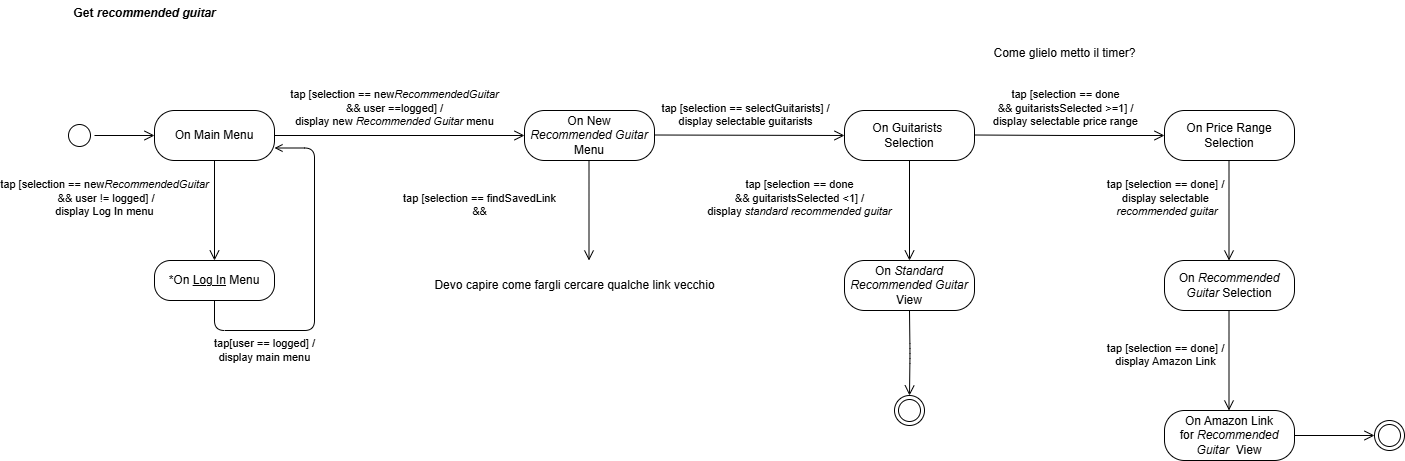
Before: diagrams/StateDiagramM.drawio.png, a diagram exported from draw.io (TizianoLilli/ISPW-Project). Source tidied: cells renumbered, new cells last; positions are measured from the earlier drawing's top-left corner, leaving out a move shared by most shapes.
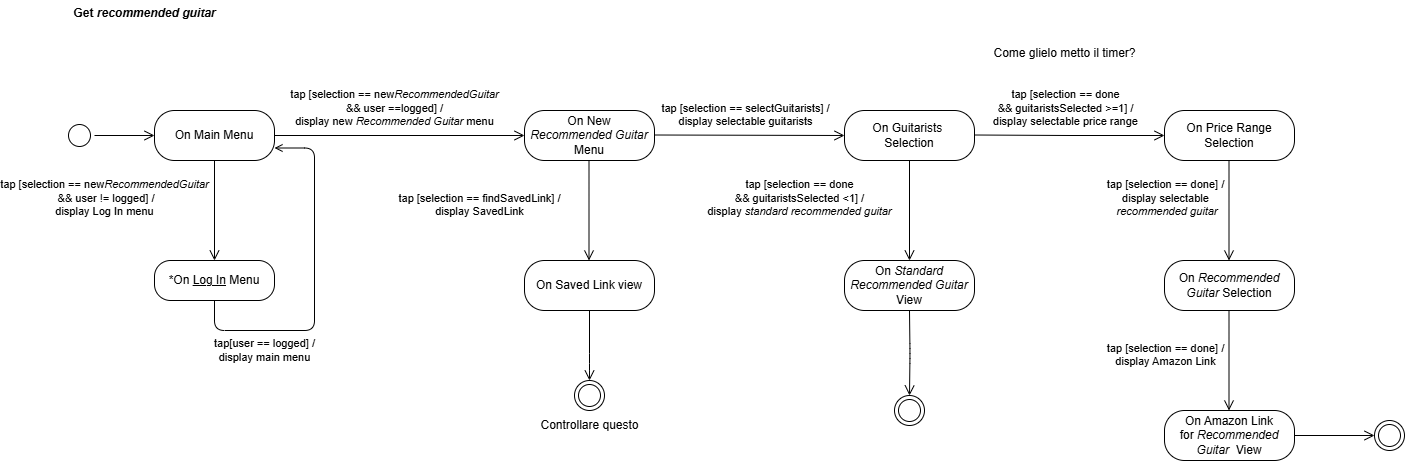
The same diagram one commit later.

Diff of the diagram source:
```diff
@@ -33,7 +33,7 @@
     <mxCell id="9" value="tap [selection == new&lt;i&gt;RecommendedGuitar&lt;/i&gt;&lt;div&gt;&amp;amp;&amp;amp; user ==logged] /&lt;/div&gt;&lt;div&gt;display new &lt;i&gt;Recommended Guitar &lt;/i&gt;menu&lt;/div&gt;" style="edgeStyle=orthogonalEdgeStyle;html=1;verticalAlign=bottom;endArrow=open;endSize=8;rounded=1;labelBackgroundColor=none;fontColor=default;entryX=0;entryY=0.5;entryDx=0;entryDy=0;curved=0;exitX=1;exitY=0.5;exitDx=0;exitDy=0;" parent="1" edge="1" source="4" target="8">
       <mxGeometry x="-0.04" y="5" relative="1" as="geometry" />
     </mxCell>
-    <mxCell id="10" value="tap [selection == findSavedLink&lt;div&gt;&amp;amp;&amp;amp;&lt;/div&gt;" style="edgeStyle=orthogonalEdgeStyle;html=1;verticalAlign=bottom;endArrow=open;endSize=8;rounded=1;labelBackgroundColor=none;fontColor=default;entryX=0.5;entryY=0;entryDx=0;entryDy=0;curved=0;" parent="1" edge="1">
+    <mxCell id="10" value="tap [selection == findSavedLink] /&lt;div&gt;display SavedLink&lt;/div&gt;" style="edgeStyle=orthogonalEdgeStyle;html=1;verticalAlign=bottom;endArrow=open;endSize=8;rounded=1;labelBackgroundColor=none;fontColor=default;entryX=0.5;entryY=0;entryDx=0;entryDy=0;curved=0;" parent="1" edge="1">
       <mxGeometry x="0.2" y="-110" relative="1" as="geometry">
         <mxPoint x="524.5" y="160" as="sourcePoint" />
         <mxPoint x="524.5" y="260" as="targetPoint" />
@@ -97,8 +97,8 @@
     <mxCell id="24" style="ellipse;html=1;shape=endState;labelBackgroundColor=none;" parent="1" vertex="1">
       <mxGeometry x="830" y="395" width="30" height="30" as="geometry" />
     </mxCell>
-    <mxCell id="25" value="Devo capire come fargli cercare qualche link vecchio" style="text;html=1;align=center;verticalAlign=middle;strokeColor=none;fillColor=none;" parent="1" vertex="1">
-      <mxGeometry x="360" y="270" width="300" height="30" as="geometry" />
+    <mxCell id="25" value="Controllare questo" style="text;html=1;align=center;verticalAlign=middle;strokeColor=none;fillColor=none;" parent="1" vertex="1">
+      <mxGeometry x="465" y="410" width="120" height="30" as="geometry" />
     </mxCell>
     <mxCell id="26" value="Come glielo metto il timer?" style="text;html=1;align=center;verticalAlign=middle;strokeColor=none;fillColor=none;" parent="1" vertex="1">
       <mxGeometry x="915" y="38" width="170" height="30" as="geometry" />
@@ -106,5 +106,22 @@
     <mxCell id="27" value="Get &lt;i&gt;recommended guitar&lt;/i&gt;" style="text;align=center;fontStyle=1;verticalAlign=middle;spacingLeft=3;spacingRight=3;strokeColor=none;html=1;" parent="1" vertex="1">
       <mxGeometry x="40" width="80" height="26" as="geometry" />
     </mxCell>
+    <mxCell id="28" style="edgeStyle=orthogonalEdgeStyle;rounded=0;orthogonalLoop=1;jettySize=auto;html=1;exitX=0.5;exitY=1;exitDx=0;exitDy=0;" parent="1" edge="1" source="8" target="8">
+      <mxGeometry relative="1" as="geometry" />
+    </mxCell>
+    <mxCell id="29" value="On Saved Link view" style="rounded=1;whiteSpace=wrap;html=1;arcSize=40;labelBackgroundColor=none;" parent="1" vertex="1">
+      <mxGeometry x="460" y="260" width="130" height="50" as="geometry" />
+    </mxCell>
+    <mxCell id="30" style="edgeStyle=orthogonalEdgeStyle;html=1;verticalAlign=bottom;endArrow=open;endSize=8;rounded=1;labelBackgroundColor=none;fontColor=default;entryX=0.5;entryY=0;entryDx=0;entryDy=0;curved=0;exitX=0.5;exitY=1;exitDx=0;exitDy=0;" parent="1" edge="1" source="29" target="31">
+      <mxGeometry x="0.2" y="-110" relative="1" as="geometry">
+        <Array as="points">
+          <mxPoint x="525" y="363" />
+          <mxPoint x="525" y="363" />
+        </Array>
+      </mxGeometry>
+    </mxCell>
+    <mxCell id="31" style="ellipse;html=1;shape=endState;labelBackgroundColor=none;" parent="1" vertex="1">
+      <mxGeometry x="510" y="380" width="30" height="30" as="geometry" />
+    </mxCell>
   </root>
 </mxGraphModel>
```
